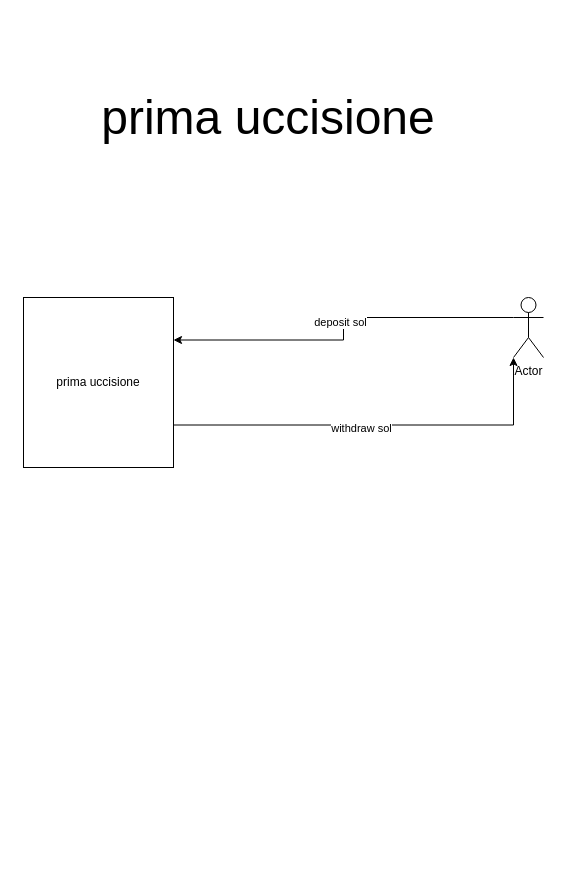
Earlier version of the draw.io diagram page "Overview" (2 of 4) of burhankhaja_/prima_uccisione/Arc/prima_uccisiano.drawio (mirmohmmadluqman/Web3HandsOn). Source tidied: cells renumbered, new cells numbered last; positions are measured from the earlier drawing's top-left corner, leaving out a move shared by most shapes. Both pictures are drawn from the tidied source at 100%, with x=0, y=0 at pixel (23, 17).
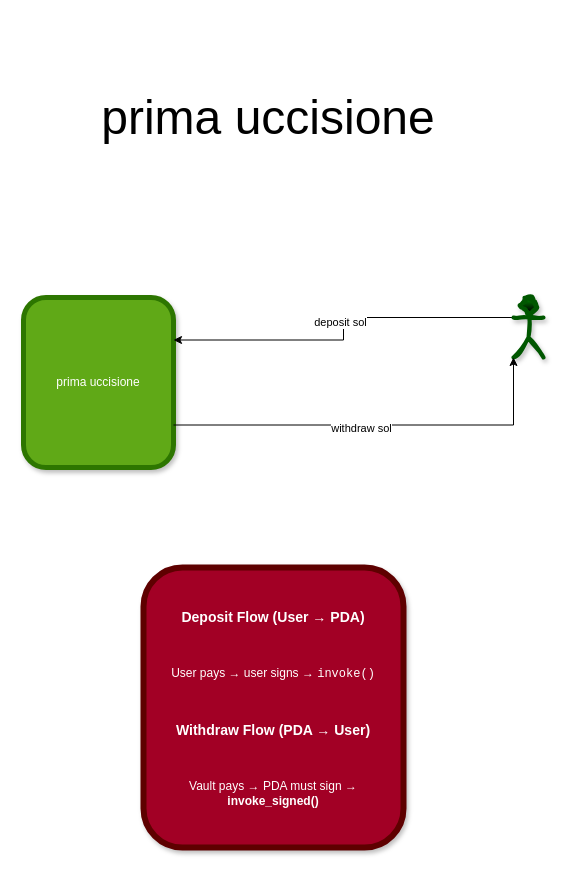
The same page after the edit.

The edit, as a diff of the source:
```diff
@@
 <mxGraphModel>
   <root>
     <mxCell id="0" />
     <mxCell id="1" parent="0" />
     <mxCell id="2" value="&lt;font style=&quot;font-size: 48px;&quot;&gt;prima uccisione&lt;/font&gt;" style="text;html=1;whiteSpace=wrap;strokeColor=none;fillColor=none;align=center;verticalAlign=middle;rounded=0;" parent="1" vertex="1">
       <mxGeometry x="10" width="470" height="200" as="geometry" />
     </mxCell>
-    <mxCell id="3" value="prima uccisione" style="rounded=0;whiteSpace=wrap;html=1;" parent="1" vertex="1">
+    <mxCell id="3" value="prima uccisione" style="rounded=1;whiteSpace=wrap;html=1;shadow=1;glass=0;strokeColor=#2D7600;fillColor=#60a917;fontColor=#ffffff;gradientColor=none;strokeWidth=5;" parent="1" vertex="1">
       <mxGeometry y="280" width="150" height="170" as="geometry" />
     </mxCell>
     <mxCell id="4" style="edgeStyle=orthogonalEdgeStyle;rounded=0;jettySize=auto;html=1;exitX=0;exitY=0.3333333333333333;exitDx=0;exitDy=0;exitPerimeter=0;entryX=1;entryY=0.25;entryDx=0;entryDy=0;" parent="1" edge="1" source="6" target="3">
       <mxGeometry relative="1" as="geometry" />
     </mxCell>
     <mxCell id="5" value="deposit sol" style="edgeLabel;html=1;align=center;verticalAlign=middle;" parent="4" vertex="1">
       <mxGeometry x="-0.04" y="-4" relative="1" as="geometry" />
     </mxCell>
-    <mxCell id="6" value="Actor" style="shape=umlActor;verticalLabelPosition=bottom;verticalAlign=top;html=1;outlineConnect=0;" parent="1" vertex="1">
+    <mxCell id="6" value="Actor" style="shape=umlActor;verticalLabelPosition=bottom;verticalAlign=top;html=1;outlineConnect=0;fillColor=#008a00;fontColor=#ffffff;strokeColor=#005700;shadow=1;sketch=1;curveFitting=1;jiggle=2;gradientColor=default;strokeWidth=4;" parent="1" vertex="1">
       <mxGeometry x="490" y="280" width="30" height="60" as="geometry" />
     </mxCell>
     <mxCell id="7" style="edgeStyle=orthogonalEdgeStyle;rounded=0;jettySize=auto;html=1;exitX=1;exitY=0.75;exitDx=0;exitDy=0;entryX=0;entryY=1;entryDx=0;entryDy=0;entryPerimeter=0;" parent="1" edge="1" source="3" target="6">
       <mxGeometry relative="1" as="geometry" />
     </mxCell>
     <mxCell id="8" value="withdraw sol" style="edgeLabel;html=1;align=center;verticalAlign=middle;" parent="7" vertex="1">
       <mxGeometry x="-0.08" y="-3" relative="1" as="geometry" />
     </mxCell>
+    <mxCell id="9" value="&lt;h3&gt;Deposit Flow (User → PDA)&lt;/h3&gt;&lt;br/&gt;&lt;p&gt;User pays → user signs → &lt;code&gt;invoke()&lt;/code&gt;&lt;/p&gt;&lt;br/&gt;&lt;h3&gt;Withdraw Flow (PDA → User)&lt;/h3&gt;&lt;br/&gt;&lt;p&gt;Vault pays → PDA must sign → &lt;strong&gt;invoke_signed()&lt;/strong&gt;&lt;/p&gt;" style="rounded=1;whiteSpace=wrap;html=1;fillColor=#a20025;fontColor=#ffffff;strokeColor=#5E0000;strokeWidth=6;glass=0;shadow=1;" parent="1" vertex="1">
+      <mxGeometry x="120" y="550" width="260" height="280" as="geometry" />
+    </mxCell>
   </root>
 </mxGraphModel>
```
